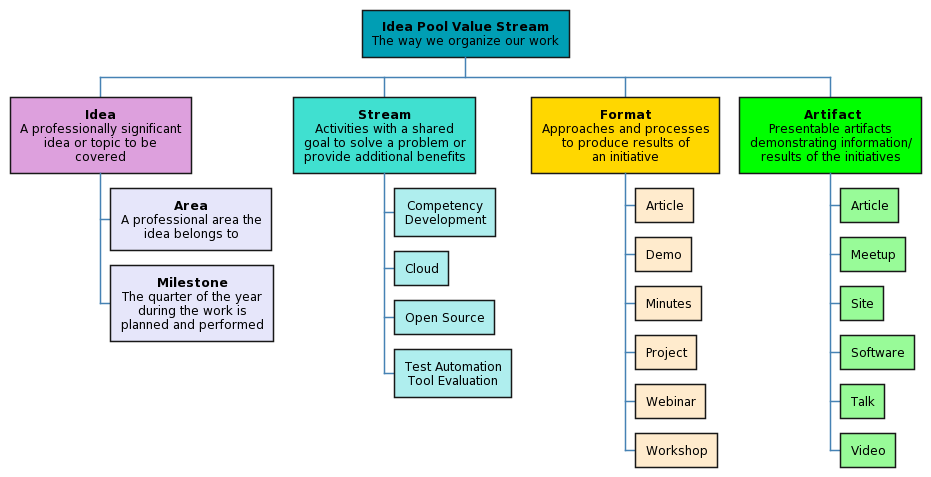
Idea-Pool/topics keeps this PlantUML diagram as docs/uml/value_stream_v2.png. Above is the earlier version.
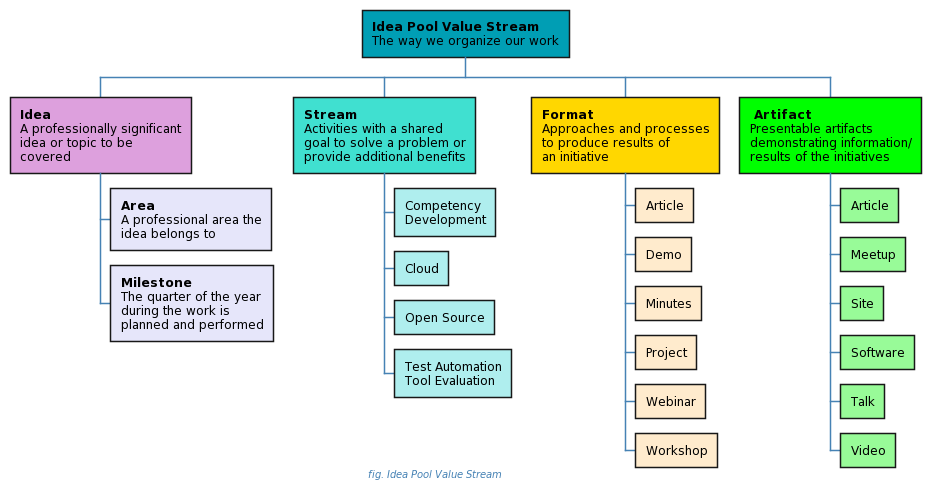
After the change.

Diff of the diagram source:
```diff
@@ -1,10 +1,33 @@
-@startwbs Idea Pool Value Stream
-skinparam defaultTextAlignment center
+@startwbs
+
+skinparam defaultFontName Ubuntu Light
 skinparam backgroundColor transparent
+
+skinparam caption {
+    FontColor SteelBlue
+    FontStyle italic
+    FontSize 10pt
+}
+
+skinparam activity {
+    BackgroundColor PowderBlue
+    StartColor ForestGreen
+    EndColor ForestGreen
+    FontStyle bold
+}
+
 skinparam arrow {
     Color SteelBlue
     FontColor SteelBlue
 }
+
+skinparam note {
+    BackgroundColor AliceBlue
+    FontSize 10
+}
+
+caption fig. Idea Pool Value Stream
+
 +[#009eb4]:**Idea Pool Value Stream**
 The way we organize our work;
 
```
